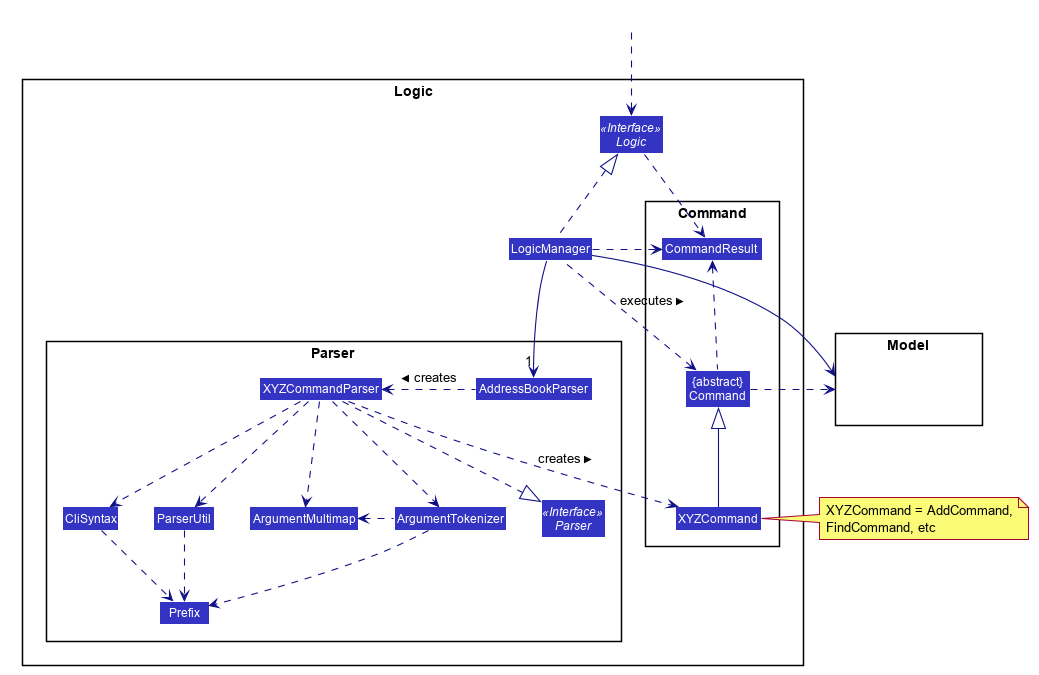
Above: docs/images/LogicClassDiagram.png in nus-cs2103-AY2021S2/tp (PlantUML), before the change.
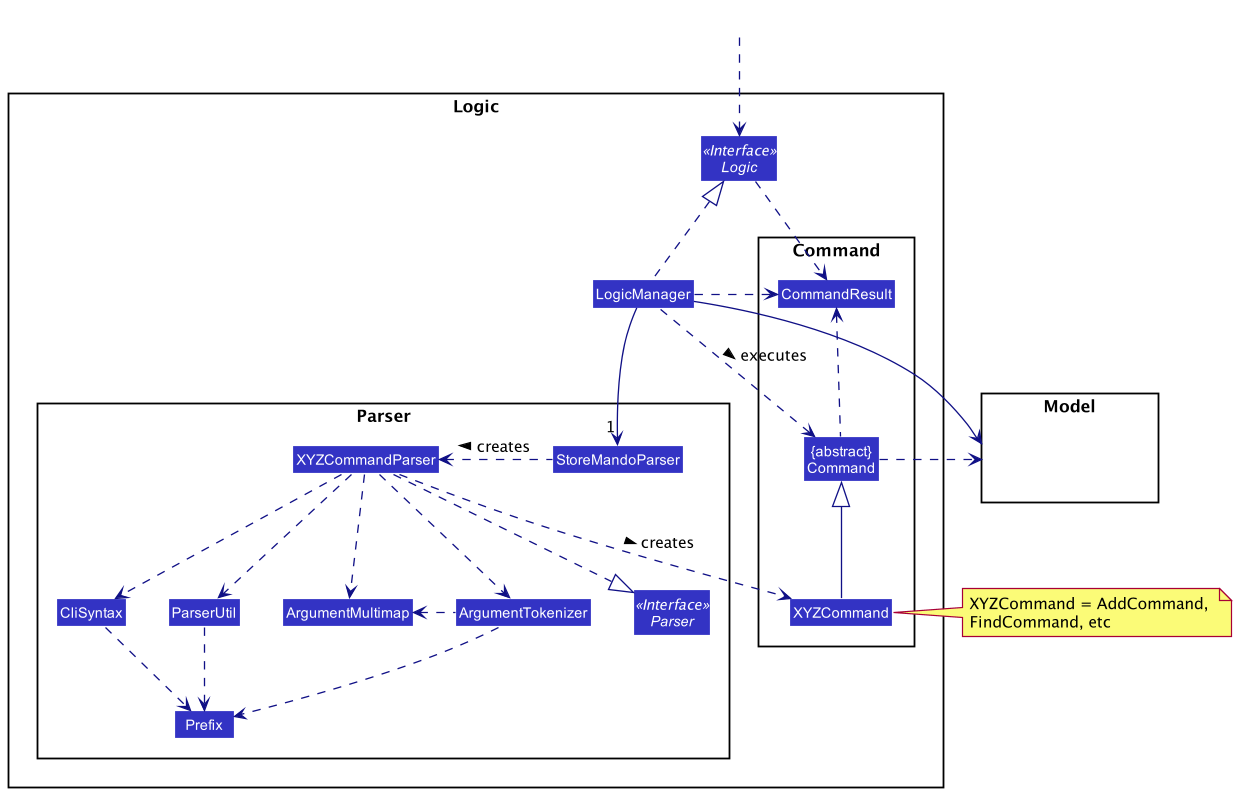
Above is the later version.

What changed in the source:
```diff
@@ -1,61 +1,14 @@
 @startuml
-
-
-
-
-
-
-
-
-skinparam BackgroundColor #FFFFFFF
-
-skinparam Shadowing false
-
-skinparam Class {
-    FontColor #FFFFFF
-    BorderThickness 1
-    BorderColor #FFFFFF
-    StereotypeFontColor #FFFFFF
-    FontName Arial
-}
-
-skinparam Actor {
-    BorderColor #000000
-    Color #000000
-    FontName Arial
-}
-
-skinparam Sequence {
-    MessageAlign center
-    BoxFontSize 15
-    BoxPadding 0
-    BoxFontColor #FFFFFF
-    FontName Arial
-}
-
-skinparam Participant {
-    FontColor #FFFFFFF
-    Padding 20
-}
-
-skinparam MinClassWidth 50
-skinparam ParticipantPadding 10
-skinparam Shadowing false
-skinparam DefaultTextAlignment center
-skinparam packageStyle Rectangle
-
-hide footbox
-hide members
-hide circle
+!include style.puml
 skinparam arrowThickness 1.1
-skinparam arrowColor #101086
-skinparam classBackgroundColor #3333C4
+skinparam arrowColor LOGIC_COLOR_T4
+skinparam classBackgroundColor LOGIC_COLOR
 
 package Logic {
 
 package Parser {
 Interface Parser <<Interface>>
-Class AddressBookParser
+Class StoreMandoParser
 Class XYZCommandParser
 Class CliSyntax
 Class ParserUtil
@@ -82,8 +35,8 @@
 HiddenOutside ..> Logic
 
 LogicManager .up.|> Logic
-LogicManager -->"1" AddressBookParser
-AddressBookParser .left.> XYZCommandParser: creates >
+LogicManager -->"1" StoreMandoParser
+StoreMandoParser .left.> XYZCommandParser: creates >
 
 XYZCommandParser ..> XYZCommand : creates >
 XYZCommandParser ..|> Parser
```
